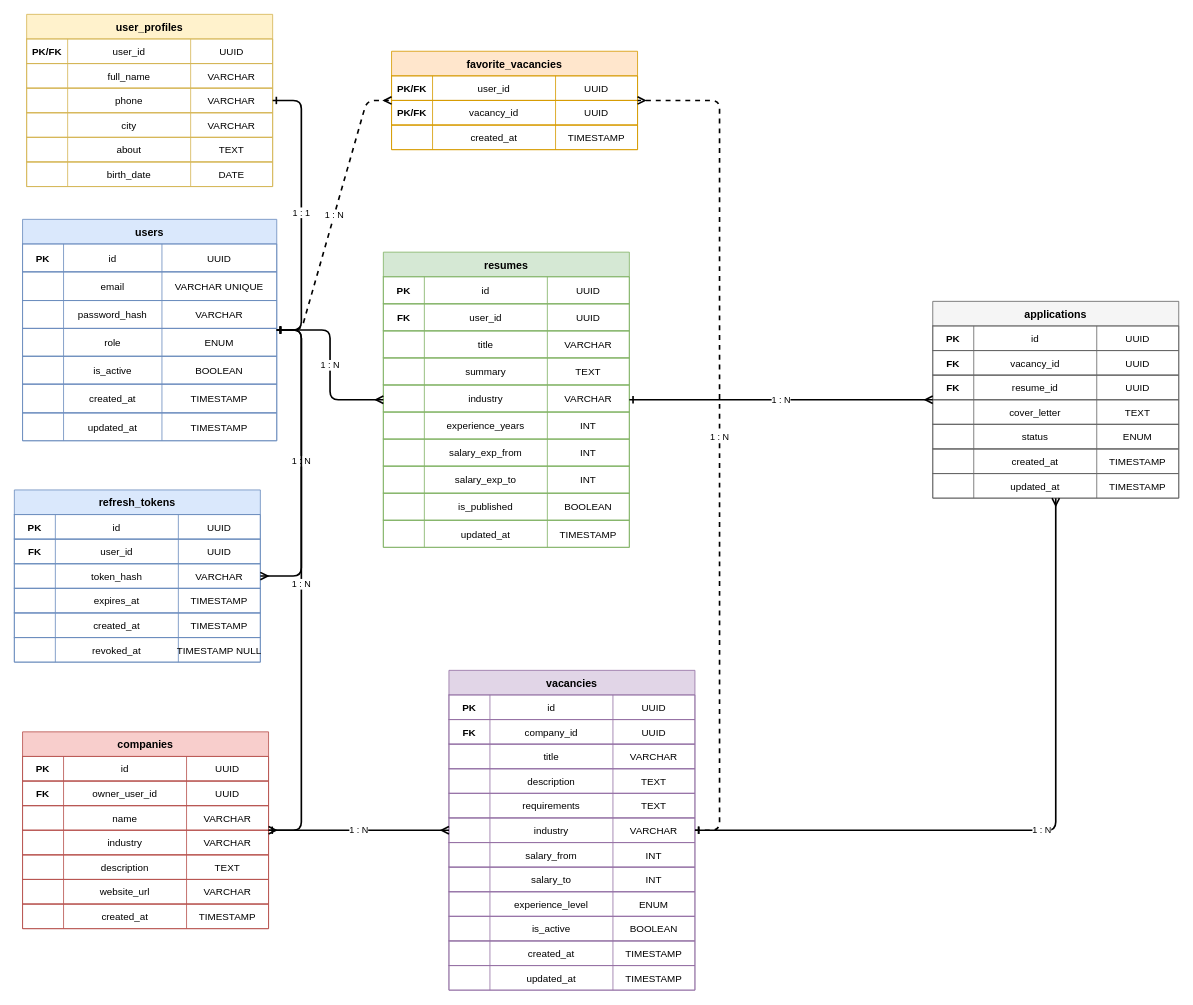
Above: БР1.1/Дементьев Антон/homeworks/hw1/db_shema.drawio in kantegory/ITMO-ACS-Backend-2026-A (draw.io), before the change. Source tidied: cells renumbered, new cells numbered last; positions are measured from the earlier drawing's top-left corner, leaving out a move shared by most shapes. Both pictures are drawn from the tidied source at 82%, with x=0, y=0 at pixel (14, 14).
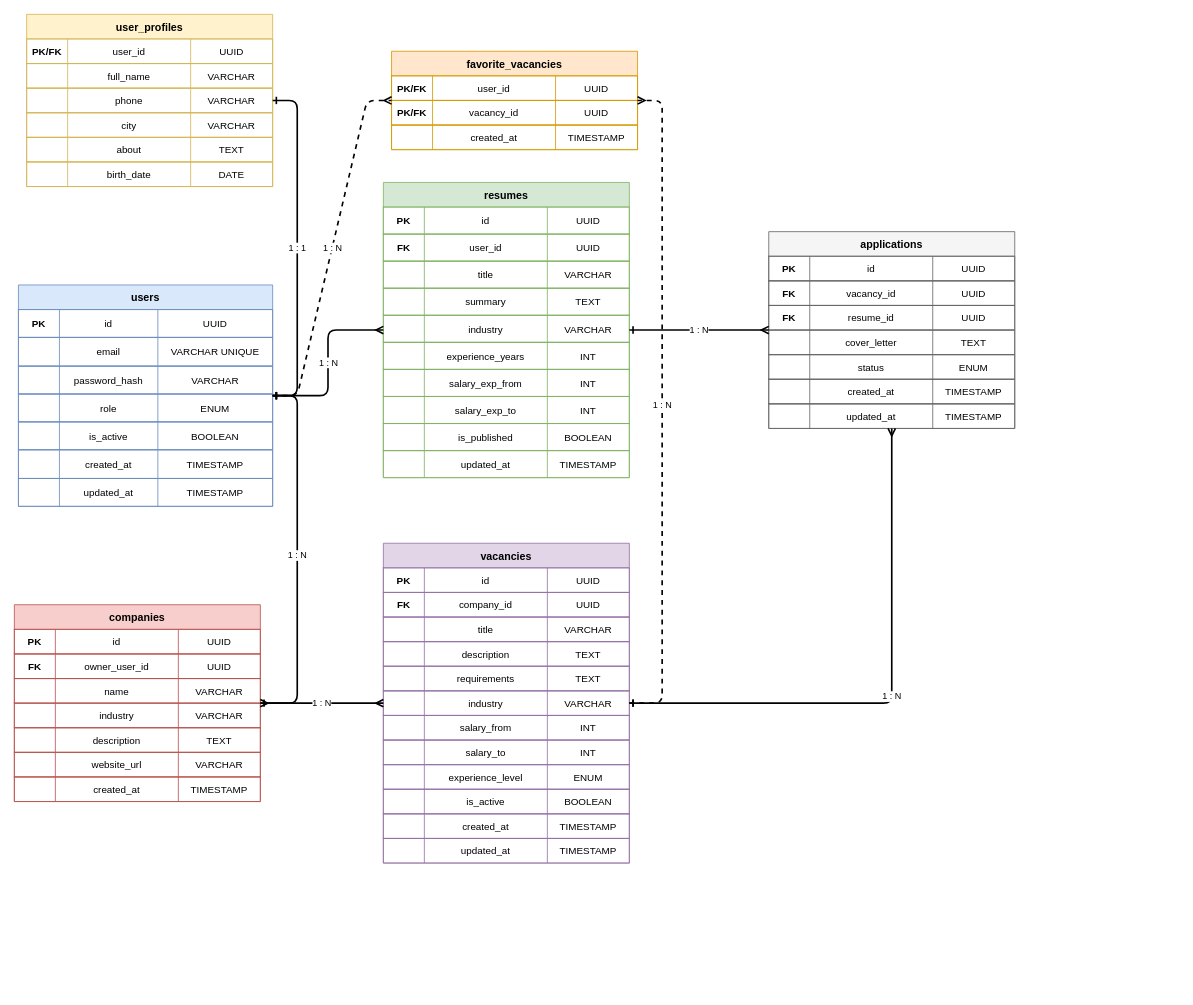
The same diagram, later.

Change to the diagram source:
```diff
@@
     <mxCell id="2" value="users" style="shape=table;startSize=30;childLayout=tableLayout;fillColor=#dae8fc;strokeColor=#6c8ebf;fontStyle=1;fontSize=13;" parent="1" vertex="1">
-      <mxGeometry x="10" y="250" width="310" height="270" as="geometry" />
+      <mxGeometry x="5" y="330" width="310" height="270" as="geometry" />
     </mxCell>
@@
-    <mxCell id="56" value="refresh_tokens" style="shape=table;startSize=30;childLayout=tableLayout;fillColor=#dae8fc;strokeColor=#6c8ebf;fontStyle=1;fontSize=13;" parent="1" vertex="1">
-      <mxGeometry y="580" width="300" height="210" as="geometry" />
-    </mxCell>
-    <mxCell id="57" style="shape=tableRow;horizontal=0;startSize=0;swimlaneHead=0;swimlaneBody=0;fillColor=none;strokeColor=#6c8ebf;" parent="56" vertex="1">
-      <mxGeometry y="30" width="300" height="30" as="geometry" />
-    </mxCell>
-    <mxCell id="58" value="PK" style="shape=partialRectangle;fillColor=none;top=0;left=0;bottom=0;right=0;fontStyle=1;strokeColor=#6c8ebf;" parent="57" vertex="1">
-      <mxGeometry width="50" height="30" as="geometry" />
-    </mxCell>
-    <mxCell id="59" value="id" style="shape=partialRectangle;fillColor=none;top=0;left=0;bottom=0;right=0;strokeColor=#6c8ebf;" parent="57" vertex="1">
-      <mxGeometry x="50" width="150" height="30" as="geometry" />
-    </mxCell>
-    <mxCell id="60" value="UUID" style="shape=partialRectangle;fillColor=none;top=0;left=0;bottom=0;right=0;strokeColor=#6c8ebf;" parent="57" vertex="1">
-      <mxGeometry x="200" width="100" height="30" as="geometry" />
-    </mxCell>
-    <mxCell id="61" style="shape=tableRow;horizontal=0;startSize=0;swimlaneHead=0;swimlaneBody=0;fillColor=none;strokeColor=#6c8ebf;" parent="56" vertex="1">
-      <mxGeometry y="60" width="300" height="30" as="geometry" />
-    </mxCell>
-    <mxCell id="62" value="FK" style="shape=partialRectangle;fillColor=none;top=0;left=0;bottom=0;right=0;fontStyle=1;strokeColor=#6c8ebf;" parent="61" vertex="1">
-      <mxGeometry width="50" height="30" as="geometry" />
-    </mxCell>
-    <mxCell id="63" value="user_id" style="shape=partialRectangle;fillColor=none;top=0;left=0;bottom=0;right=0;strokeColor=#6c8ebf;" parent="61" vertex="1">
-      <mxGeometry x="50" width="150" height="30" as="geometry" />
-    </mxCell>
-    <mxCell id="64" value="UUID" style="shape=partialRectangle;fillColor=none;top=0;left=0;bottom=0;right=0;strokeColor=#6c8ebf;" parent="61" vertex="1">
-      <mxGeometry x="200" width="100" height="30" as="geometry" />
-    </mxCell>
-    <mxCell id="65" style="shape=tableRow;horizontal=0;startSize=0;swimlaneHead=0;swimlaneBody=0;fillColor=none;strokeColor=#6c8ebf;" parent="56" vertex="1">
-      <mxGeometry y="90" width="300" height="30" as="geometry" />
-    </mxCell>
-    <mxCell id="66" style="shape=partialRectangle;fillColor=none;top=0;left=0;bottom=0;right=0;strokeColor=#6c8ebf;" parent="65" vertex="1">
-      <mxGeometry width="50" height="30" as="geometry" />
-    </mxCell>
-    <mxCell id="67" value="token_hash" style="shape=partialRectangle;fillColor=none;top=0;left=0;bottom=0;right=0;strokeColor=#6c8ebf;" parent="65" vertex="1">
-      <mxGeometry x="50" width="150" height="30" as="geometry" />
-    </mxCell>
-    <mxCell id="68" value="VARCHAR" style="shape=partialRectangle;fillColor=none;top=0;left=0;bottom=0;right=0;strokeColor=#6c8ebf;" parent="65" vertex="1">
-      <mxGeometry x="200" width="100" height="30" as="geometry" />
-    </mxCell>
-    <mxCell id="69" style="shape=tableRow;horizontal=0;startSize=0;swimlaneHead=0;swimlaneBody=0;fillColor=none;strokeColor=#6c8ebf;" parent="56" vertex="1">
-      <mxGeometry y="120" width="300" height="30" as="geometry" />
-    </mxCell>
-    <mxCell id="70" style="shape=partialRectangle;fillColor=none;top=0;left=0;bottom=0;right=0;strokeColor=#6c8ebf;" parent="69" vertex="1">
-      <mxGeometry width="50" height="30" as="geometry" />
-    </mxCell>
-    <mxCell id="71" value="expires_at" style="shape=partialRectangle;fillColor=none;top=0;left=0;bottom=0;right=0;strokeColor=#6c8ebf;" parent="69" vertex="1">
-      <mxGeometry x="50" width="150" height="30" as="geometry" />
-    </mxCell>
-    <mxCell id="72" value="TIMESTAMP" style="shape=partialRectangle;fillColor=none;top=0;left=0;bottom=0;right=0;strokeColor=#6c8ebf;" parent="69" vertex="1">
-      <mxGeometry x="200" width="100" height="30" as="geometry" />
-    </mxCell>
-    <mxCell id="73" style="shape=tableRow;horizontal=0;startSize=0;swimlaneHead=0;swimlaneBody=0;fillColor=none;strokeColor=#6c8ebf;" parent="56" vertex="1">
-      <mxGeometry y="150" width="300" height="30" as="geometry" />
-    </mxCell>
-    <mxCell id="74" style="shape=partialRectangle;fillColor=none;top=0;left=0;bottom=0;right=0;strokeColor=#6c8ebf;" parent="73" vertex="1">
-      <mxGeometry width="50" height="30" as="geometry" />
-    </mxCell>
-    <mxCell id="75" value="created_at" style="shape=partialRectangle;fillColor=none;top=0;left=0;bottom=0;right=0;strokeColor=#6c8ebf;" parent="73" vertex="1">
-      <mxGeometry x="50" width="150" height="30" as="geometry" />
-    </mxCell>
-    <mxCell id="76" value="TIMESTAMP" style="shape=partialRectangle;fillColor=none;top=0;left=0;bottom=0;right=0;strokeColor=#6c8ebf;" parent="73" vertex="1">
-      <mxGeometry x="200" width="100" height="30" as="geometry" />
-    </mxCell>
-    <mxCell id="77" style="shape=tableRow;horizontal=0;startSize=0;swimlaneHead=0;swimlaneBody=0;fillColor=none;strokeColor=#6c8ebf;" parent="56" vertex="1">
-      <mxGeometry y="180" width="300" height="30" as="geometry" />
-    </mxCell>
-    <mxCell id="78" style="shape=partialRectangle;fillColor=none;top=0;left=0;bottom=0;right=0;strokeColor=#6c8ebf;" parent="77" vertex="1">
-      <mxGeometry width="50" height="30" as="geometry" />
-    </mxCell>
-    <mxCell id="79" value="revoked_at" style="shape=partialRectangle;fillColor=none;top=0;left=0;bottom=0;right=0;strokeColor=#6c8ebf;" parent="77" vertex="1">
-      <mxGeometry x="50" width="150" height="30" as="geometry" />
-    </mxCell>
-    <mxCell id="80" value="TIMESTAMP NULL" style="shape=partialRectangle;fillColor=none;top=0;left=0;bottom=0;right=0;strokeColor=#6c8ebf;" parent="77" vertex="1">
-      <mxGeometry x="200" width="100" height="30" as="geometry" />
-    </mxCell>
     <mxCell id="81" value="companies" style="shape=table;startSize=30;childLayout=tableLayout;fillColor=#f8cecc;strokeColor=#b85450;fontStyle=1;fontSize=13;" parent="1" vertex="1">
-      <mxGeometry x="10" y="875" width="300" height="240" as="geometry" />
+      <mxGeometry y="720" width="300" height="240" as="geometry" />
     </mxCell>
@@
     <mxCell id="110" value="resumes" style="shape=table;startSize=30;childLayout=tableLayout;fillColor=#d5e8d4;strokeColor=#82b366;fontStyle=1;fontSize=13;" parent="1" vertex="1">
-      <mxGeometry x="450" y="290" width="300" height="360" as="geometry" />
+      <mxGeometry x="450" y="205" width="300" height="360" as="geometry" />
     </mxCell>
@@
     <mxCell id="151" value="vacancies" style="shape=table;startSize=30;childLayout=tableLayout;fillColor=#e1d5e7;strokeColor=#9673a6;fontStyle=1;fontSize=13;" parent="1" vertex="1">
-      <mxGeometry x="530" y="800" width="300" height="390" as="geometry" />
+      <mxGeometry x="450" y="645" width="300" height="390" as="geometry" />
     </mxCell>
@@
     <mxCell id="200" value="applications" style="shape=table;startSize=30;childLayout=tableLayout;fillColor=#f5f5f5;strokeColor=#666666;fontStyle=1;fontSize=13;" parent="1" vertex="1">
-      <mxGeometry x="1120" y="350" width="300" height="240" as="geometry" />
+      <mxGeometry x="920" y="265" width="300" height="240" as="geometry" />
     </mxCell>
@@
-    <mxCell id="243" value="1 : N" style="edgeStyle=entityRelationEdgeStyle;endArrow=ERmany;startArrow=ERone;html=1;strokeWidth=2;" parent="1" edge="1" source="2" target="56">
-      <mxGeometry relative="1" as="geometry" />
-    </mxCell>
```
